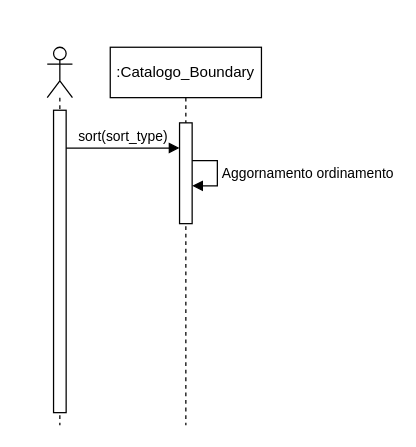
Above: New Diagrams/Sequence Diagrams/UC03 Ordinare Film Catalogo.drawio in superfra01/Rated (draw.io), before the change. Source tidied: cells renumbered, new cells numbered last; positions are measured from the earlier drawing's top-left corner, leaving out a move shared by most shapes. Both pictures are drawn from the tidied source at 126%, with x=0, y=0 at pixel (47, 47).
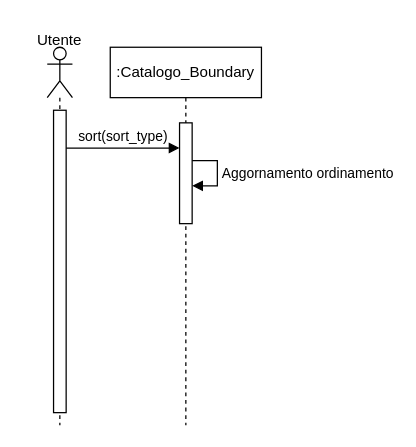
Above is the later version.

What changed in the source:
```diff
@@
 <mxGraphModel>
   <root>
     <mxCell id="0" />
     <mxCell id="1" parent="0" />
     <mxCell id="2" style="shape=umlLifeline;perimeter=lifelinePerimeter;whiteSpace=wrap;html=1;newEdgeStyle={&quot;curved&quot;:0,&quot;rounded&quot;:0};participant=umlActor;" parent="1" vertex="1">
       <mxGeometry width="20" height="300" as="geometry" />
     </mxCell>
     <mxCell id="3" style="html=1;points=[[0,0,0,0,5],[0,1,0,0,-5],[1,0,0,0,5],[1,1,0,0,-5]];perimeter=orthogonalPerimeter;outlineConnect=0;targetShapes=umlLifeline;portConstraint=eastwest;newEdgeStyle={&quot;curved&quot;:0,&quot;rounded&quot;:0};" parent="2" vertex="1">
       <mxGeometry x="5" y="50" width="10" height="240" as="geometry" />
     </mxCell>
     <mxCell id="4" value=":Catalogo_Boundary" style="shape=umlLifeline;perimeter=lifelinePerimeter;whiteSpace=wrap;html=1;newEdgeStyle={&quot;curved&quot;:0,&quot;rounded&quot;:0};" parent="1" vertex="1">
       <mxGeometry x="50" width="120" height="300" as="geometry" />
     </mxCell>
     <mxCell id="5" style="html=1;points=[[0,0,0,0,5],[0,1,0,0,-5],[1,0,0,0,5],[1,1,0,0,-5]];perimeter=orthogonalPerimeter;outlineConnect=0;targetShapes=umlLifeline;portConstraint=eastwest;newEdgeStyle={&quot;curved&quot;:0,&quot;rounded&quot;:0};" parent="4" vertex="1">
       <mxGeometry x="55" y="60" width="10" height="80" as="geometry" />
     </mxCell>
     <mxCell id="6" value="Aggornamento ordinamento" style="html=1;align=left;spacingLeft=2;endArrow=block;rounded=0;edgeStyle=orthogonalEdgeStyle;curved=0;rounded=0;" parent="4" edge="1" source="5" target="5">
       <mxGeometry relative="1" as="geometry" />
     </mxCell>
     <mxCell id="7" value="sort(sort_type)" style="html=1;verticalAlign=bottom;endArrow=block;curved=0;rounded=0;" parent="1" edge="1" source="3" target="5">
       <mxGeometry relative="1" as="geometry">
         <Array as="points">
           <mxPoint x="80" y="80" />
         </Array>
       </mxGeometry>
     </mxCell>
+    <mxCell id="8" value="Utente" style="text;html=1;align=center;verticalAlign=middle;whiteSpace=wrap;rounded=0;" parent="1" vertex="1">
+      <mxGeometry x="-20" y="-20" width="60" height="30" as="geometry" />
+    </mxCell>
   </root>
 </mxGraphModel>
```
